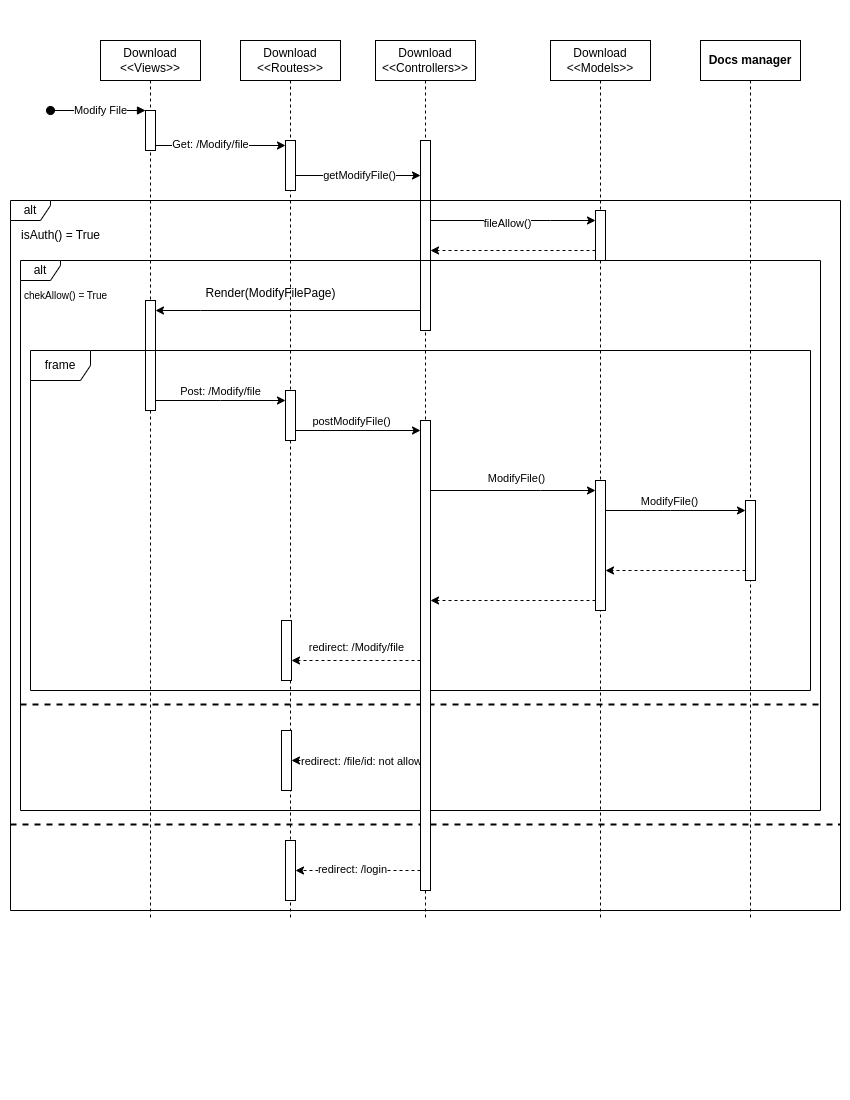
This is seq diagram/ModifyFile seq.png from AyoubCherguelaine/Drive-app, a draw.io export, as it was before one commit. Source tidied: cells renumbered, new cells last; positions are measured from the earlier drawing's top-left corner, leaving out a move shared by most shapes. Its diagram source:
```xml
<mxGraphModel>
  <root>
    <mxCell id="0" />
    <mxCell id="1" parent="0" />
    <mxCell id="2" value="Download&lt;br&gt;&amp;lt;&amp;lt;Views&amp;gt;&amp;gt;" style="shape=umlLifeline;perimeter=lifelinePerimeter;whiteSpace=wrap;html=1;newEdgeStyle={&quot;edgeStyle&quot;:&quot;elbowEdgeStyle&quot;,&quot;elbow&quot;:&quot;vertical&quot;,&quot;curved&quot;:0,&quot;rounded&quot;:0};" parent="1" vertex="1">
      <mxGeometry x="90" width="100" height="880" as="geometry" />
    </mxCell>
    <mxCell id="3" style="html=1;points=[];perimeter=orthogonalPerimeter;outlineConnect=0;targetShapes=umlLifeline;portConstraint=eastwest;newEdgeStyle={&quot;edgeStyle&quot;:&quot;elbowEdgeStyle&quot;,&quot;elbow&quot;:&quot;vertical&quot;,&quot;curved&quot;:0,&quot;rounded&quot;:0};" parent="2" vertex="1">
      <mxGeometry x="45" y="70" width="10" height="40" as="geometry" />
    </mxCell>
    <mxCell id="4" style="html=1;verticalAlign=bottom;startArrow=oval;endArrow=block;startSize=8;edgeStyle=elbowEdgeStyle;elbow=vertical;curved=0;rounded=0;" parent="2" edge="1" target="3">
      <mxGeometry relative="1" as="geometry">
        <mxPoint x="-50" y="70" as="sourcePoint" />
      </mxGeometry>
    </mxCell>
    <mxCell id="5" value="Modify File" style="edgeLabel;html=1;align=center;verticalAlign=middle;" parent="4" vertex="1">
      <mxGeometry x="0.03" y="1" relative="1" as="geometry" />
    </mxCell>
    <mxCell id="6" value="Download&lt;br&gt;&amp;lt;&amp;lt;Routes&amp;gt;&amp;gt;" style="shape=umlLifeline;perimeter=lifelinePerimeter;whiteSpace=wrap;html=1;newEdgeStyle={&quot;edgeStyle&quot;:&quot;elbowEdgeStyle&quot;,&quot;elbow&quot;:&quot;vertical&quot;,&quot;curved&quot;:0,&quot;rounded&quot;:0};" parent="1" vertex="1">
      <mxGeometry x="230" width="100" height="880" as="geometry" />
    </mxCell>
    <mxCell id="7" style="html=1;points=[];perimeter=orthogonalPerimeter;outlineConnect=0;targetShapes=umlLifeline;portConstraint=eastwest;newEdgeStyle={&quot;edgeStyle&quot;:&quot;elbowEdgeStyle&quot;,&quot;elbow&quot;:&quot;vertical&quot;,&quot;curved&quot;:0,&quot;rounded&quot;:0};" parent="6" vertex="1">
      <mxGeometry x="45" y="100" width="10" height="50" as="geometry" />
    </mxCell>
    <mxCell id="8" style="html=1;points=[];perimeter=orthogonalPerimeter;outlineConnect=0;targetShapes=umlLifeline;portConstraint=eastwest;newEdgeStyle={&quot;edgeStyle&quot;:&quot;elbowEdgeStyle&quot;,&quot;elbow&quot;:&quot;vertical&quot;,&quot;curved&quot;:0,&quot;rounded&quot;:0};" parent="6" vertex="1">
      <mxGeometry x="41" y="580" width="10" height="60" as="geometry" />
    </mxCell>
    <mxCell id="9" style="html=1;points=[];perimeter=orthogonalPerimeter;outlineConnect=0;targetShapes=umlLifeline;portConstraint=eastwest;newEdgeStyle={&quot;edgeStyle&quot;:&quot;elbowEdgeStyle&quot;,&quot;elbow&quot;:&quot;vertical&quot;,&quot;curved&quot;:0,&quot;rounded&quot;:0};" parent="6" vertex="1">
      <mxGeometry x="45" y="800" width="10" height="60" as="geometry" />
    </mxCell>
    <mxCell id="10" style="html=1;points=[];perimeter=orthogonalPerimeter;outlineConnect=0;targetShapes=umlLifeline;portConstraint=eastwest;newEdgeStyle={&quot;edgeStyle&quot;:&quot;elbowEdgeStyle&quot;,&quot;elbow&quot;:&quot;vertical&quot;,&quot;curved&quot;:0,&quot;rounded&quot;:0};" parent="6" vertex="1">
      <mxGeometry x="41" y="690" width="10" height="60" as="geometry" />
    </mxCell>
    <mxCell id="11" value="Download&lt;br&gt;&amp;lt;&amp;lt;Controllers&amp;gt;&amp;gt;" style="shape=umlLifeline;perimeter=lifelinePerimeter;whiteSpace=wrap;html=1;newEdgeStyle={&quot;edgeStyle&quot;:&quot;elbowEdgeStyle&quot;,&quot;elbow&quot;:&quot;vertical&quot;,&quot;curved&quot;:0,&quot;rounded&quot;:0};" parent="1" vertex="1">
      <mxGeometry x="365" width="100" height="880" as="geometry" />
    </mxCell>
    <mxCell id="12" style="html=1;perimeter=orthogonalPerimeter;targetShapes=umlLifeline;newEdgeStyle={&quot;edgeStyle&quot;:&quot;elbowEdgeStyle&quot;,&quot;elbow&quot;:&quot;vertical&quot;,&quot;curved&quot;:0,&quot;rounded&quot;:0};" parent="11" vertex="1">
      <mxGeometry x="45" y="100" width="10" height="190" as="geometry" />
    </mxCell>
    <mxCell id="13" value="Download&lt;br&gt;&amp;lt;&amp;lt;Models&amp;gt;&amp;gt;" style="shape=umlLifeline;perimeter=lifelinePerimeter;whiteSpace=wrap;html=1;newEdgeStyle={&quot;edgeStyle&quot;:&quot;elbowEdgeStyle&quot;,&quot;elbow&quot;:&quot;vertical&quot;,&quot;curved&quot;:0,&quot;rounded&quot;:0};" parent="1" vertex="1">
      <mxGeometry x="540" width="100" height="880" as="geometry" />
    </mxCell>
    <mxCell id="14" style="html=1;points=[];perimeter=orthogonalPerimeter;outlineConnect=0;targetShapes=umlLifeline;portConstraint=eastwest;newEdgeStyle={&quot;edgeStyle&quot;:&quot;elbowEdgeStyle&quot;,&quot;elbow&quot;:&quot;vertical&quot;,&quot;curved&quot;:0,&quot;rounded&quot;:0};" parent="13" vertex="1">
      <mxGeometry x="45" y="170" width="10" height="50" as="geometry" />
    </mxCell>
    <mxCell id="15" style="html=1;points=[];perimeter=orthogonalPerimeter;outlineConnect=0;targetShapes=umlLifeline;portConstraint=eastwest;newEdgeStyle={&quot;edgeStyle&quot;:&quot;elbowEdgeStyle&quot;,&quot;elbow&quot;:&quot;vertical&quot;,&quot;curved&quot;:0,&quot;rounded&quot;:0};" parent="13" vertex="1">
      <mxGeometry x="45" y="440" width="10" height="130" as="geometry" />
    </mxCell>
    <mxCell id="16" style="edgeStyle=elbowEdgeStyle;rounded=0;jettySize=auto;html=1;elbow=vertical;curved=0;" parent="1" edge="1" source="3" target="7">
      <mxGeometry relative="1" as="geometry" />
    </mxCell>
    <mxCell id="17" value="Get: /Modify/file" style="edgeLabel;html=1;align=center;verticalAlign=middle;" parent="16" vertex="1">
      <mxGeometry x="-0.17" y="2" relative="1" as="geometry" />
    </mxCell>
    <mxCell id="18" style="edgeStyle=elbowEdgeStyle;rounded=0;jettySize=auto;html=1;elbow=vertical;curved=0;" parent="1" edge="1" source="7">
      <mxGeometry relative="1" as="geometry">
        <mxPoint x="410" y="135" as="targetPoint" />
      </mxGeometry>
    </mxCell>
    <mxCell id="19" value="getModifyFile()" style="edgeLabel;html=1;align=center;verticalAlign=middle;" parent="18" vertex="1">
      <mxGeometry x="0.01" y="1" relative="1" as="geometry" />
    </mxCell>
    <mxCell id="20" value="alt" style="shape=umlFrame;whiteSpace=wrap;html=1;width=40;height=20;" parent="1" vertex="1">
      <mxGeometry y="160" width="830" height="710" as="geometry" />
    </mxCell>
    <mxCell id="21" value="isAuth() = True" style="text;html=1;align=center;verticalAlign=middle;strokeColor=none;fillColor=none;" parent="1" vertex="1">
      <mxGeometry y="180" width="100" height="30" as="geometry" />
    </mxCell>
    <mxCell id="22" value="alt" style="shape=umlFrame;whiteSpace=wrap;html=1;width=40;height=20;" parent="1" vertex="1">
      <mxGeometry x="10" y="220" width="800" height="550" as="geometry" />
    </mxCell>
    <mxCell id="23" style="line;strokeWidth=2;fillColor=none;align=left;verticalAlign=middle;spacingTop=-1;spacingLeft=3;spacingRight=3;labelPosition=right;strokeColor=inherit;dashed=1;" parent="1" vertex="1">
      <mxGeometry x="10" y="660" width="800" height="8" as="geometry" />
    </mxCell>
    <mxCell id="24" value="&lt;font size=&quot;1&quot;&gt;chekAllow() = True&lt;/font&gt;" style="text;html=1;align=center;verticalAlign=middle;strokeColor=none;fillColor=none;strokeWidth=2;" parent="1" vertex="1">
      <mxGeometry y="240" width="110" height="30" as="geometry" />
    </mxCell>
    <mxCell id="25" value="&lt;b style=&quot;border-color: var(--border-color);&quot;&gt;Docs manager&lt;/b&gt;" style="shape=umlLifeline;perimeter=lifelinePerimeter;whiteSpace=wrap;html=1;newEdgeStyle={&quot;edgeStyle&quot;:&quot;elbowEdgeStyle&quot;,&quot;elbow&quot;:&quot;vertical&quot;,&quot;curved&quot;:0,&quot;rounded&quot;:0};" parent="1" vertex="1">
      <mxGeometry x="690" width="100" height="880" as="geometry" />
    </mxCell>
    <mxCell id="26" style="html=1;points=[];perimeter=orthogonalPerimeter;outlineConnect=0;targetShapes=umlLifeline;portConstraint=eastwest;newEdgeStyle={&quot;edgeStyle&quot;:&quot;elbowEdgeStyle&quot;,&quot;elbow&quot;:&quot;vertical&quot;,&quot;curved&quot;:0,&quot;rounded&quot;:0};" parent="25" vertex="1">
      <mxGeometry x="45" y="460" width="10" height="80" as="geometry" />
    </mxCell>
    <mxCell id="27" style="edgeStyle=elbowEdgeStyle;rounded=0;jettySize=auto;html=1;elbow=vertical;curved=0;" parent="1" edge="1" source="15" target="26">
      <mxGeometry relative="1" as="geometry">
        <Array as="points">
          <mxPoint x="660" y="470" />
          <mxPoint x="640" y="490" />
          <mxPoint x="700" y="360" />
          <mxPoint x="640" y="390" />
          <mxPoint x="560" y="300" />
          <mxPoint x="590" y="350" />
        </Array>
      </mxGeometry>
    </mxCell>
    <mxCell id="28" value="ModifyFile()" style="edgeLabel;html=1;align=center;verticalAlign=middle;" parent="27" vertex="1">
      <mxGeometry x="-0.1" relative="1" as="geometry">
        <mxPoint y="-10" as="offset" />
      </mxGeometry>
    </mxCell>
    <mxCell id="29" style="edgeStyle=elbowEdgeStyle;rounded=0;jettySize=auto;html=1;elbow=vertical;curved=0;dashed=1;" parent="1" edge="1" target="8">
      <mxGeometry relative="1" as="geometry">
        <mxPoint x="410" y="620" as="sourcePoint" />
        <Array as="points">
          <mxPoint x="310" y="620" />
          <mxPoint x="310" y="490" />
          <mxPoint x="350" y="465" />
          <mxPoint x="330" y="410" />
          <mxPoint x="310" y="360" />
        </Array>
      </mxGeometry>
    </mxCell>
    <mxCell id="30" value="redirect: /Modify/file" style="edgeLabel;html=1;align=center;verticalAlign=middle;" parent="1" vertex="1">
      <mxGeometry x="390" y="590" as="geometry">
        <mxPoint x="-45" y="16" as="offset" />
      </mxGeometry>
    </mxCell>
    <mxCell id="31" style="edgeStyle=elbowEdgeStyle;rounded=0;jettySize=auto;html=1;elbow=vertical;curved=0;dashed=1;" parent="1" edge="1" target="10">
      <mxGeometry relative="1" as="geometry">
        <mxPoint x="410" y="720" as="sourcePoint" />
      </mxGeometry>
    </mxCell>
    <mxCell id="32" value="redirect: /file/id: not allow" style="edgeLabel;html=1;align=center;verticalAlign=middle;" parent="31" vertex="1">
      <mxGeometry x="0.22" relative="1" as="geometry">
        <mxPoint x="18" as="offset" />
      </mxGeometry>
    </mxCell>
    <mxCell id="33" style="edgeStyle=elbowEdgeStyle;rounded=0;jettySize=auto;html=1;elbow=vertical;curved=0;dashed=1;" parent="1" edge="1" target="9">
      <mxGeometry relative="1" as="geometry">
        <mxPoint x="410" y="830" as="sourcePoint" />
      </mxGeometry>
    </mxCell>
    <mxCell id="34" value="redirect: /login" style="edgeLabel;html=1;align=center;verticalAlign=middle;" parent="33" vertex="1">
      <mxGeometry x="0.5" y="-2" relative="1" as="geometry">
        <mxPoint x="25" as="offset" />
      </mxGeometry>
    </mxCell>
    <mxCell id="35" style="edgeStyle=elbowEdgeStyle;rounded=0;jettySize=auto;html=1;elbow=vertical;curved=0;" parent="1" edge="1" target="14">
      <mxGeometry relative="1" as="geometry">
        <mxPoint x="420" y="180" as="sourcePoint" />
        <Array as="points">
          <mxPoint x="540" y="180" />
        </Array>
      </mxGeometry>
    </mxCell>
    <mxCell id="36" value="fileAllow()" style="edgeLabel;html=1;align=center;verticalAlign=middle;" parent="35" vertex="1">
      <mxGeometry x="-0.08" y="-2" relative="1" as="geometry" />
    </mxCell>
    <mxCell id="37" style="edgeStyle=elbowEdgeStyle;rounded=0;jettySize=auto;html=1;elbow=vertical;curved=0;dashed=1;" parent="1" edge="1" source="14">
      <mxGeometry relative="1" as="geometry">
        <mxPoint x="420" y="210" as="targetPoint" />
        <Array as="points">
          <mxPoint x="498" y="210" />
        </Array>
      </mxGeometry>
    </mxCell>
    <mxCell id="38" style="edgeStyle=elbowEdgeStyle;rounded=0;jettySize=auto;html=1;elbow=vertical;curved=0;" parent="1" edge="1" target="15">
      <mxGeometry relative="1" as="geometry">
        <mxPoint x="420" y="450" as="sourcePoint" />
        <Array as="points">
          <mxPoint x="530" y="450" />
          <mxPoint x="460" y="390" />
          <mxPoint x="540" y="300" />
        </Array>
      </mxGeometry>
    </mxCell>
    <mxCell id="39" value="ModifyFile()" style="edgeLabel;html=1;align=center;verticalAlign=middle;" parent="1" vertex="1">
      <mxGeometry x="480" y="380" as="geometry">
        <mxPoint x="25" y="57" as="offset" />
      </mxGeometry>
    </mxCell>
    <mxCell id="40" style="edgeStyle=elbowEdgeStyle;rounded=0;jettySize=auto;html=1;elbow=vertical;curved=0;dashed=1;" parent="1" edge="1" source="15">
      <mxGeometry relative="1" as="geometry">
        <mxPoint x="420" y="560" as="targetPoint" />
        <Array as="points">
          <mxPoint x="500" y="560" />
          <mxPoint x="490" y="520" />
          <mxPoint x="470" y="340" />
        </Array>
      </mxGeometry>
    </mxCell>
    <mxCell id="41" style="edgeStyle=elbowEdgeStyle;rounded=0;jettySize=auto;html=1;elbow=vertical;curved=0;dashed=1;" parent="1" edge="1" source="26" target="15">
      <mxGeometry relative="1" as="geometry">
        <Array as="points">
          <mxPoint x="670" y="530" />
          <mxPoint x="680" y="410" />
          <mxPoint x="640" y="440" />
        </Array>
      </mxGeometry>
    </mxCell>
    <mxCell id="42" style="line;strokeWidth=2;fillColor=none;align=left;verticalAlign=middle;spacingTop=-1;spacingLeft=3;spacingRight=3;labelPosition=right;strokeColor=inherit;dashed=1;" parent="1" vertex="1">
      <mxGeometry y="780" width="830" height="8" as="geometry" />
    </mxCell>
    <mxCell id="43" style="edgeStyle=elbowEdgeStyle;rounded=0;jettySize=auto;html=1;elbow=vertical;curved=0;" parent="1" edge="1" source="44" target="50">
      <mxGeometry relative="1" as="geometry" />
    </mxCell>
    <mxCell id="44" style="html=1;points=[];perimeter=orthogonalPerimeter;outlineConnect=0;targetShapes=umlLifeline;portConstraint=eastwest;newEdgeStyle={&quot;edgeStyle&quot;:&quot;elbowEdgeStyle&quot;,&quot;elbow&quot;:&quot;vertical&quot;,&quot;curved&quot;:0,&quot;rounded&quot;:0};" parent="1" vertex="1">
      <mxGeometry x="135" y="260" width="10" height="110" as="geometry" />
    </mxCell>
    <mxCell id="45" style="edgeStyle=elbowEdgeStyle;rounded=0;jettySize=auto;html=1;elbow=vertical;curved=0;" parent="1" edge="1" target="44">
      <mxGeometry relative="1" as="geometry">
        <mxPoint x="410" y="270" as="sourcePoint" />
        <Array as="points">
          <mxPoint x="190" y="270" />
        </Array>
      </mxGeometry>
    </mxCell>
    <mxCell id="46" value="Render(ModifyFilePage)" style="text;html=1;align=center;verticalAlign=middle;strokeColor=none;fillColor=none;" parent="1" vertex="1">
      <mxGeometry x="185" y="238" width="150" height="30" as="geometry" />
    </mxCell>
    <mxCell id="47" value="frame" style="shape=umlFrame;whiteSpace=wrap;html=1;" parent="1" vertex="1">
      <mxGeometry x="20" y="310" width="780" height="340" as="geometry" />
    </mxCell>
    <mxCell id="48" style="html=1;points=[];perimeter=orthogonalPerimeter;outlineConnect=0;targetShapes=umlLifeline;portConstraint=eastwest;newEdgeStyle={&quot;edgeStyle&quot;:&quot;elbowEdgeStyle&quot;,&quot;elbow&quot;:&quot;vertical&quot;,&quot;curved&quot;:0,&quot;rounded&quot;:0};" parent="1" vertex="1">
      <mxGeometry x="410" y="380" width="10" height="470" as="geometry" />
    </mxCell>
    <mxCell id="49" style="edgeStyle=elbowEdgeStyle;rounded=0;jettySize=auto;html=1;elbow=vertical;curved=0;" parent="1" edge="1" source="50" target="48">
      <mxGeometry relative="1" as="geometry" />
    </mxCell>
    <mxCell id="50" style="html=1;points=[];perimeter=orthogonalPerimeter;outlineConnect=0;targetShapes=umlLifeline;portConstraint=eastwest;newEdgeStyle={&quot;edgeStyle&quot;:&quot;elbowEdgeStyle&quot;,&quot;elbow&quot;:&quot;vertical&quot;,&quot;curved&quot;:0,&quot;rounded&quot;:0};" parent="1" vertex="1">
      <mxGeometry x="275" y="350" width="10" height="50" as="geometry" />
    </mxCell>
    <mxCell id="51" value="Post: /Modify/file" style="edgeLabel;html=1;align=center;verticalAlign=middle;" parent="1" vertex="1">
      <mxGeometry x="209" y="350" as="geometry" />
    </mxCell>
    <mxCell id="52" value="postModifyFile()" style="edgeLabel;html=1;align=center;verticalAlign=middle;" parent="1" vertex="1">
      <mxGeometry x="340" y="380" as="geometry" />
    </mxCell>
  </root>
</mxGraphModel>
```
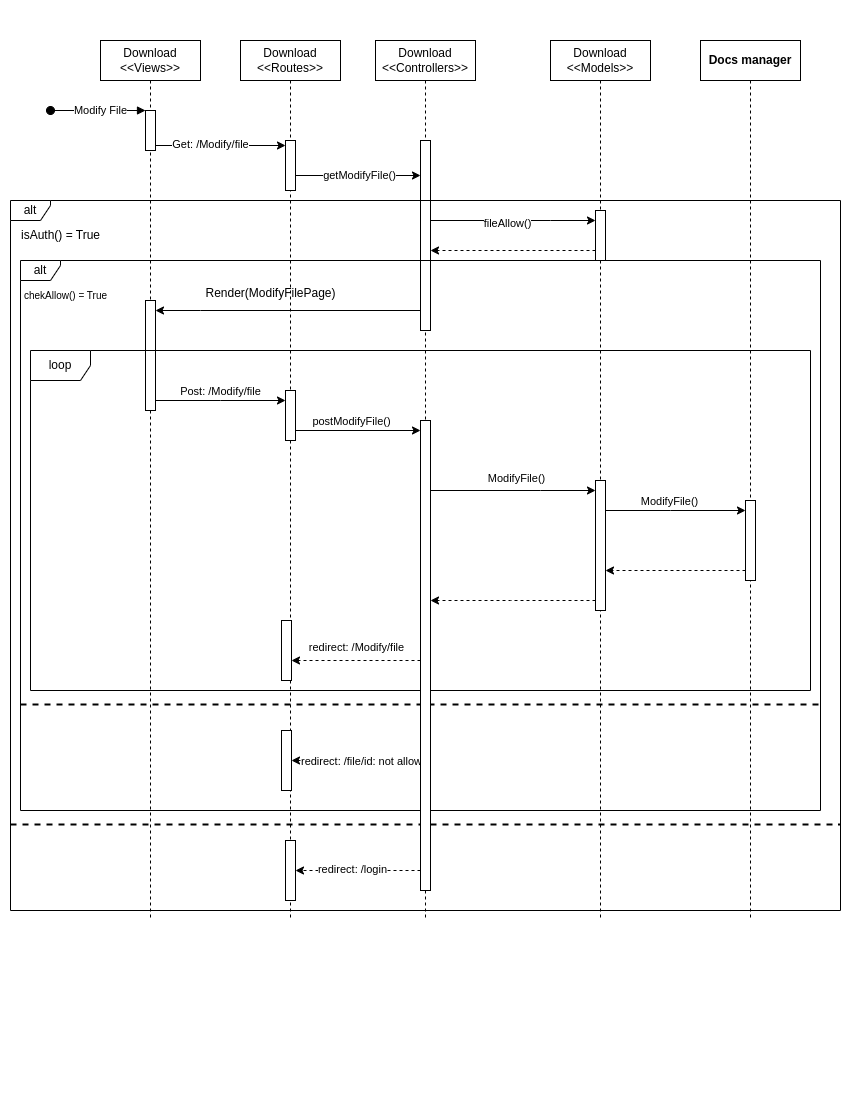
After the change.

The edit, as a diff of the source:
```diff
@@ -208,7 +208,7 @@
     <mxCell id="46" value="Render(ModifyFilePage)" style="text;html=1;align=center;verticalAlign=middle;strokeColor=none;fillColor=none;" parent="1" vertex="1">
       <mxGeometry x="185" y="238" width="150" height="30" as="geometry" />
     </mxCell>
-    <mxCell id="47" value="frame" style="shape=umlFrame;whiteSpace=wrap;html=1;" parent="1" vertex="1">
+    <mxCell id="47" value="loop" style="shape=umlFrame;whiteSpace=wrap;html=1;" parent="1" vertex="1">
       <mxGeometry x="20" y="310" width="780" height="340" as="geometry" />
     </mxCell>
     <mxCell id="48" style="html=1;points=[];perimeter=orthogonalPerimeter;outlineConnect=0;targetShapes=umlLifeline;portConstraint=eastwest;newEdgeStyle={&quot;edgeStyle&quot;:&quot;elbowEdgeStyle&quot;,&quot;elbow&quot;:&quot;vertical&quot;,&quot;curved&quot;:0,&quot;rounded&quot;:0};" parent="1" vertex="1">
```
